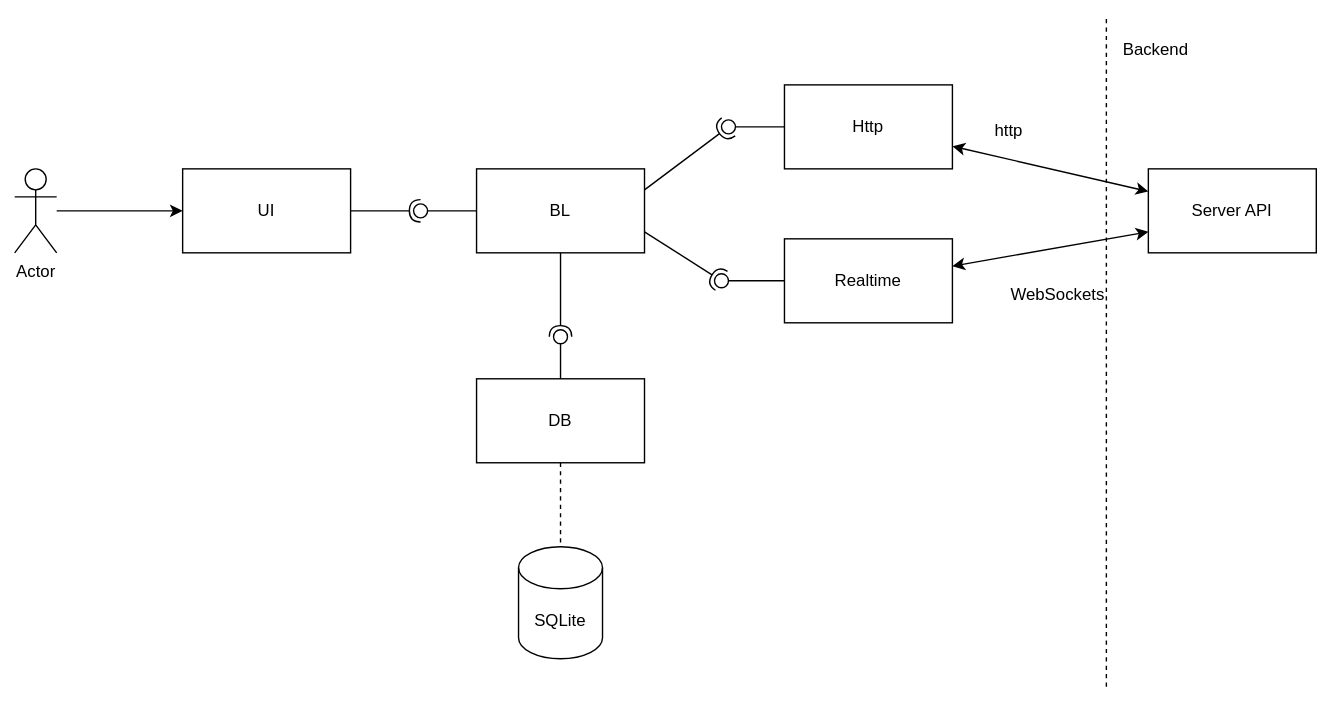
Earlier version of the draw.io export docs/front/components.svg (iuschnic/simple-messenger). Source tidied: cells renumbered, new cells last; positions are measured from the earlier drawing's top-left corner, leaving out a move shared by most shapes. Its diagram source:
```xml
<mxGraphModel>
  <root>
    <mxCell id="0" />
    <mxCell id="1" parent="0" />
    <mxCell id="2" value="UI" style="rounded=0;whiteSpace=wrap;html=1;" parent="1" vertex="1">
      <mxGeometry x="120" y="110" width="120" height="60" as="geometry" />
    </mxCell>
    <mxCell id="3" value="BL" style="rounded=0;whiteSpace=wrap;html=1;" parent="1" vertex="1">
      <mxGeometry x="330" y="110" width="120" height="60" as="geometry" />
    </mxCell>
    <mxCell id="4" style="edgeStyle=orthogonalEdgeStyle;rounded=0;jettySize=auto;html=1;endArrow=none;endFill=0;dashed=1;" parent="1" edge="1" source="5" target="6">
      <mxGeometry relative="1" as="geometry" />
    </mxCell>
    <mxCell id="5" value="DB" style="rounded=0;whiteSpace=wrap;html=1;" parent="1" vertex="1">
      <mxGeometry x="330" y="260" width="120" height="60" as="geometry" />
    </mxCell>
    <mxCell id="6" value="SQLite" style="shape=cylinder3;whiteSpace=wrap;html=1;boundedLbl=1;backgroundOutline=1;size=15;" parent="1" vertex="1">
      <mxGeometry x="360" y="380" width="60" height="80" as="geometry" />
    </mxCell>
    <mxCell id="7" style="edgeStyle=orthogonalEdgeStyle;rounded=0;jettySize=auto;html=1;" parent="1" edge="1" source="8" target="2">
      <mxGeometry relative="1" as="geometry" />
    </mxCell>
    <mxCell id="8" value="Actor" style="shape=umlActor;verticalLabelPosition=bottom;verticalAlign=top;html=1;outlineConnect=0;" parent="1" vertex="1">
      <mxGeometry y="110" width="30" height="60" as="geometry" />
    </mxCell>
    <mxCell id="9" style="rounded=0;jettySize=auto;html=1;startArrow=classic;startFill=1;" parent="1" edge="1" source="10" target="11">
      <mxGeometry relative="1" as="geometry" />
    </mxCell>
    <mxCell id="10" value="Http" style="rounded=0;whiteSpace=wrap;html=1;" parent="1" vertex="1">
      <mxGeometry x="550" y="50" width="120" height="60" as="geometry" />
    </mxCell>
    <mxCell id="11" value="Server API" style="rounded=0;whiteSpace=wrap;html=1;" parent="1" vertex="1">
      <mxGeometry x="810" y="110" width="120" height="60" as="geometry" />
    </mxCell>
    <mxCell id="12" style="rounded=0;jettySize=auto;html=1;entryX=0;entryY=0.75;entryDx=0;entryDy=0;startArrow=classic;startFill=1;" parent="1" edge="1" source="13" target="11">
      <mxGeometry relative="1" as="geometry" />
    </mxCell>
    <mxCell id="13" value="Realtime" style="rounded=0;whiteSpace=wrap;html=1;" parent="1" vertex="1">
      <mxGeometry x="550" y="160" width="120" height="60" as="geometry" />
    </mxCell>
    <mxCell id="14" style="rounded=0;jettySize=auto;html=1;endArrow=halfCircle;endFill=0;endSize=6;strokeWidth=1;sketch=0;exitX=1;exitY=0.5;exitDx=0;exitDy=0;" parent="1" edge="1" source="2">
      <mxGeometry relative="1" as="geometry">
        <mxPoint x="290" y="140" as="targetPoint" />
      </mxGeometry>
    </mxCell>
    <mxCell id="15" style="rounded=0;jettySize=auto;html=1;endArrow=oval;endFill=0;sketch=0;sourcePerimeterSpacing=0;targetPerimeterSpacing=0;endSize=10;exitX=0;exitY=0.5;exitDx=0;exitDy=0;" parent="1" edge="1" source="3">
      <mxGeometry relative="1" as="geometry">
        <mxPoint x="290" y="140" as="targetPoint" />
      </mxGeometry>
    </mxCell>
    <mxCell id="16" style="ellipse;whiteSpace=wrap;html=1;align=center;fillColor=none;strokeColor=none;perimeter=centerPerimeter;" parent="1" vertex="1">
      <mxGeometry x="265" y="40" width="10" height="10" as="geometry" />
    </mxCell>
    <mxCell id="17" style="rounded=0;jettySize=auto;html=1;endArrow=halfCircle;endFill=0;endSize=6;strokeWidth=1;sketch=0;exitX=0.5;exitY=1;exitDx=0;exitDy=0;" parent="1" edge="1" source="3">
      <mxGeometry relative="1" as="geometry">
        <mxPoint x="390" y="230" as="targetPoint" />
      </mxGeometry>
    </mxCell>
    <mxCell id="18" style="rounded=0;jettySize=auto;html=1;endArrow=oval;endFill=0;sketch=0;sourcePerimeterSpacing=0;targetPerimeterSpacing=0;endSize=10;exitX=0.5;exitY=0;exitDx=0;exitDy=0;" parent="1" edge="1" source="5">
      <mxGeometry relative="1" as="geometry">
        <mxPoint x="390" y="230" as="targetPoint" />
      </mxGeometry>
    </mxCell>
    <mxCell id="19" style="ellipse;whiteSpace=wrap;html=1;align=center;fillColor=none;strokeColor=none;perimeter=centerPerimeter;" parent="1" vertex="1">
      <mxGeometry x="385" y="224" width="10" height="10" as="geometry" />
    </mxCell>
    <mxCell id="20" style="rounded=0;jettySize=auto;html=1;endArrow=halfCircle;endFill=0;endSize=6;strokeWidth=1;sketch=0;exitX=1;exitY=0.25;exitDx=0;exitDy=0;" parent="1" edge="1" source="3">
      <mxGeometry relative="1" as="geometry">
        <mxPoint x="510" y="80" as="targetPoint" />
      </mxGeometry>
    </mxCell>
    <mxCell id="21" style="rounded=0;jettySize=auto;html=1;endArrow=oval;endFill=0;sketch=0;sourcePerimeterSpacing=0;targetPerimeterSpacing=0;endSize=10;exitX=0;exitY=0.5;exitDx=0;exitDy=0;" parent="1" edge="1" source="10">
      <mxGeometry relative="1" as="geometry">
        <mxPoint x="510" y="80" as="targetPoint" />
      </mxGeometry>
    </mxCell>
    <mxCell id="22" style="ellipse;whiteSpace=wrap;html=1;align=center;fillColor=none;strokeColor=none;perimeter=centerPerimeter;" parent="1" vertex="1">
      <mxGeometry x="525" y="250" width="10" height="10" as="geometry" />
    </mxCell>
    <mxCell id="23" style="rounded=0;jettySize=auto;html=1;endArrow=halfCircle;endFill=0;endSize=6;strokeWidth=1;sketch=0;exitX=1;exitY=0.75;exitDx=0;exitDy=0;entryX=0.8;entryY=0.2;entryDx=0;entryDy=0;entryPerimeter=0;" parent="1" edge="1" source="3" target="25">
      <mxGeometry relative="1" as="geometry" />
    </mxCell>
    <mxCell id="24" style="rounded=0;jettySize=auto;html=1;endArrow=oval;endFill=0;sketch=0;sourcePerimeterSpacing=0;targetPerimeterSpacing=0;endSize=10;exitX=0;exitY=0.5;exitDx=0;exitDy=0;" parent="1" edge="1" source="13" target="25">
      <mxGeometry relative="1" as="geometry" />
    </mxCell>
    <mxCell id="25" style="ellipse;whiteSpace=wrap;html=1;align=center;fillColor=none;strokeColor=none;perimeter=centerPerimeter;points=[];outlineConnect=1;" parent="1" vertex="1">
      <mxGeometry x="500" y="185" width="10" height="10" as="geometry" />
    </mxCell>
    <mxCell id="26" style="endArrow=none;html=1;rounded=0;dashed=1;" parent="1" edge="1">
      <mxGeometry relative="1" as="geometry">
        <mxPoint x="780" y="480" as="sourcePoint" />
        <mxPoint x="780" as="targetPoint" />
      </mxGeometry>
    </mxCell>
    <mxCell id="27" value="Backend" style="text;html=1;align=center;verticalAlign=middle;strokeColor=none;fillColor=none;" parent="1" vertex="1">
      <mxGeometry x="780" y="10" width="70" height="30" as="geometry" />
    </mxCell>
    <mxCell id="28" value="http" style="text;html=1;align=center;verticalAlign=middle;strokeColor=none;fillColor=none;" parent="1" vertex="1">
      <mxGeometry x="690" y="68" width="40" height="30" as="geometry" />
    </mxCell>
    <mxCell id="29" value="WebSockets" style="text;html=1;align=center;verticalAlign=middle;strokeColor=none;fillColor=none;" parent="1" vertex="1">
      <mxGeometry x="700" y="185" width="90" height="30" as="geometry" />
    </mxCell>
  </root>
</mxGraphModel>
```
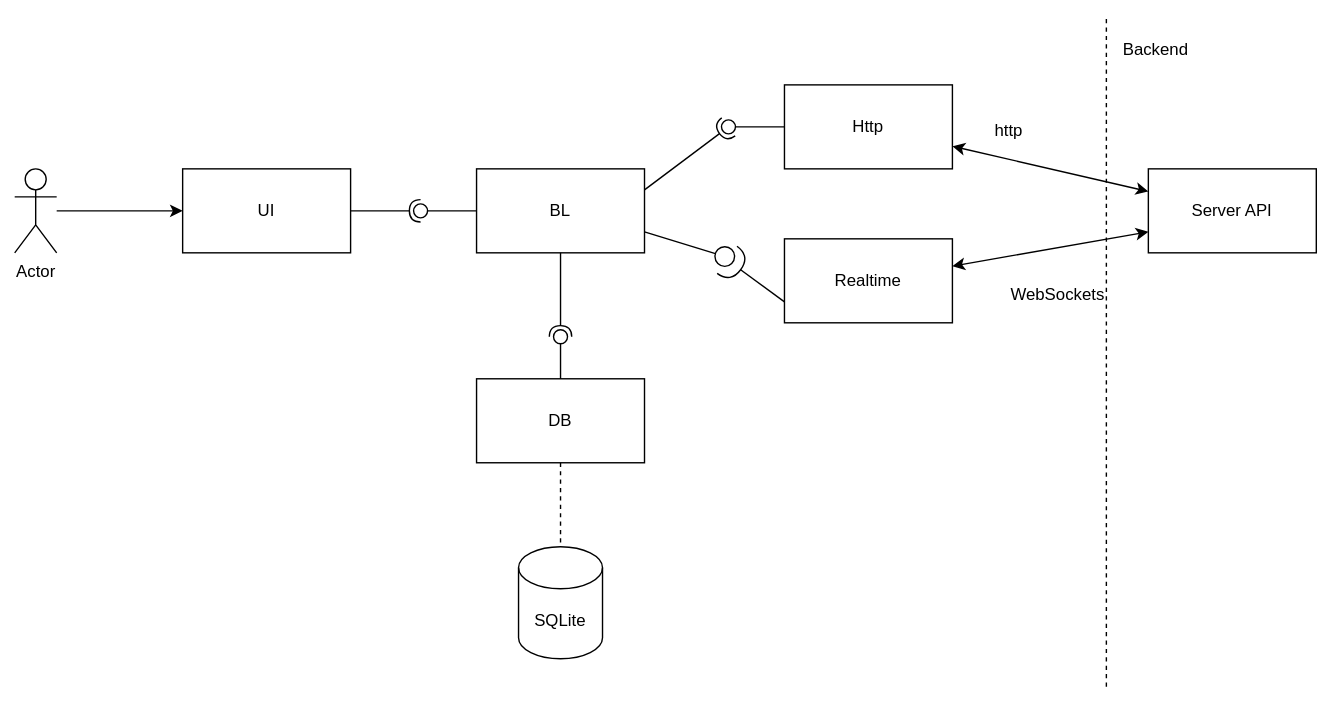
Later version of the same file.

Commit message:
Исправила стрелочку

The edit, as a diff of the source:
```diff
@@ -77,14 +77,16 @@
     <mxCell id="22" style="ellipse;whiteSpace=wrap;html=1;align=center;fillColor=none;strokeColor=none;perimeter=centerPerimeter;" parent="1" vertex="1">
       <mxGeometry x="525" y="250" width="10" height="10" as="geometry" />
     </mxCell>
-    <mxCell id="23" style="rounded=0;jettySize=auto;html=1;endArrow=halfCircle;endFill=0;endSize=6;strokeWidth=1;sketch=0;exitX=1;exitY=0.75;exitDx=0;exitDy=0;entryX=0.8;entryY=0.2;entryDx=0;entryDy=0;entryPerimeter=0;" parent="1" edge="1" source="3" target="25">
+    <mxCell id="23" style="rounded=0;jettySize=auto;html=1;endArrow=circle;endFill=0;endSize=6;strokeWidth=1;sketch=0;exitX=1;exitY=0.75;exitDx=0;exitDy=0;entryX=0.933;entryY=0.667;entryDx=0;entryDy=0;entryPerimeter=0;" parent="1" edge="1" source="3" target="25">
       <mxGeometry relative="1" as="geometry" />
     </mxCell>
-    <mxCell id="24" style="rounded=0;jettySize=auto;html=1;endArrow=oval;endFill=0;sketch=0;sourcePerimeterSpacing=0;targetPerimeterSpacing=0;endSize=10;exitX=0;exitY=0.5;exitDx=0;exitDy=0;" parent="1" edge="1" source="13" target="25">
-      <mxGeometry relative="1" as="geometry" />
+    <mxCell id="24" style="rounded=0;jettySize=auto;html=1;endArrow=halfCircle;endFill=0;sketch=0;sourcePerimeterSpacing=0;targetPerimeterSpacing=0;endSize=10;exitX=0;exitY=0.75;exitDx=0;exitDy=0;entryX=0.267;entryY=0.233;entryDx=0;entryDy=0;entryPerimeter=0;" parent="1" edge="1" source="13">
+      <mxGeometry relative="1" as="geometry">
+        <mxPoint x="509" y="175" as="targetPoint" />
+      </mxGeometry>
     </mxCell>
     <mxCell id="25" style="ellipse;whiteSpace=wrap;html=1;align=center;fillColor=none;strokeColor=none;perimeter=centerPerimeter;points=[];outlineConnect=1;" parent="1" vertex="1">
-      <mxGeometry x="500" y="185" width="10" height="10" as="geometry" />
+      <mxGeometry x="510" y="170" width="10" height="10" as="geometry" />
     </mxCell>
     <mxCell id="26" style="endArrow=none;html=1;rounded=0;dashed=1;" parent="1" edge="1">
       <mxGeometry relative="1" as="geometry">
```
